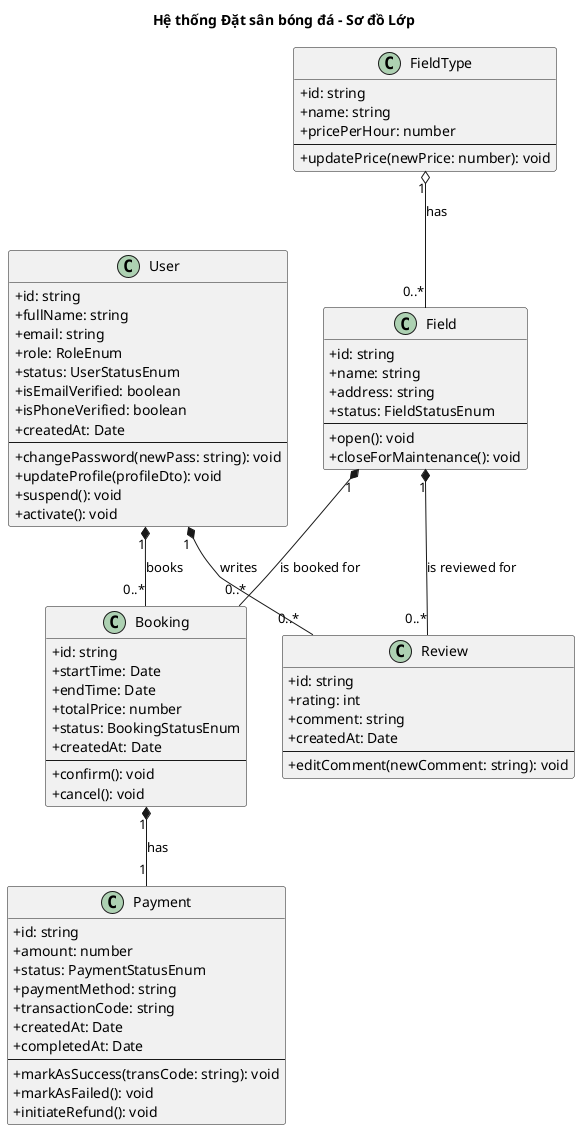
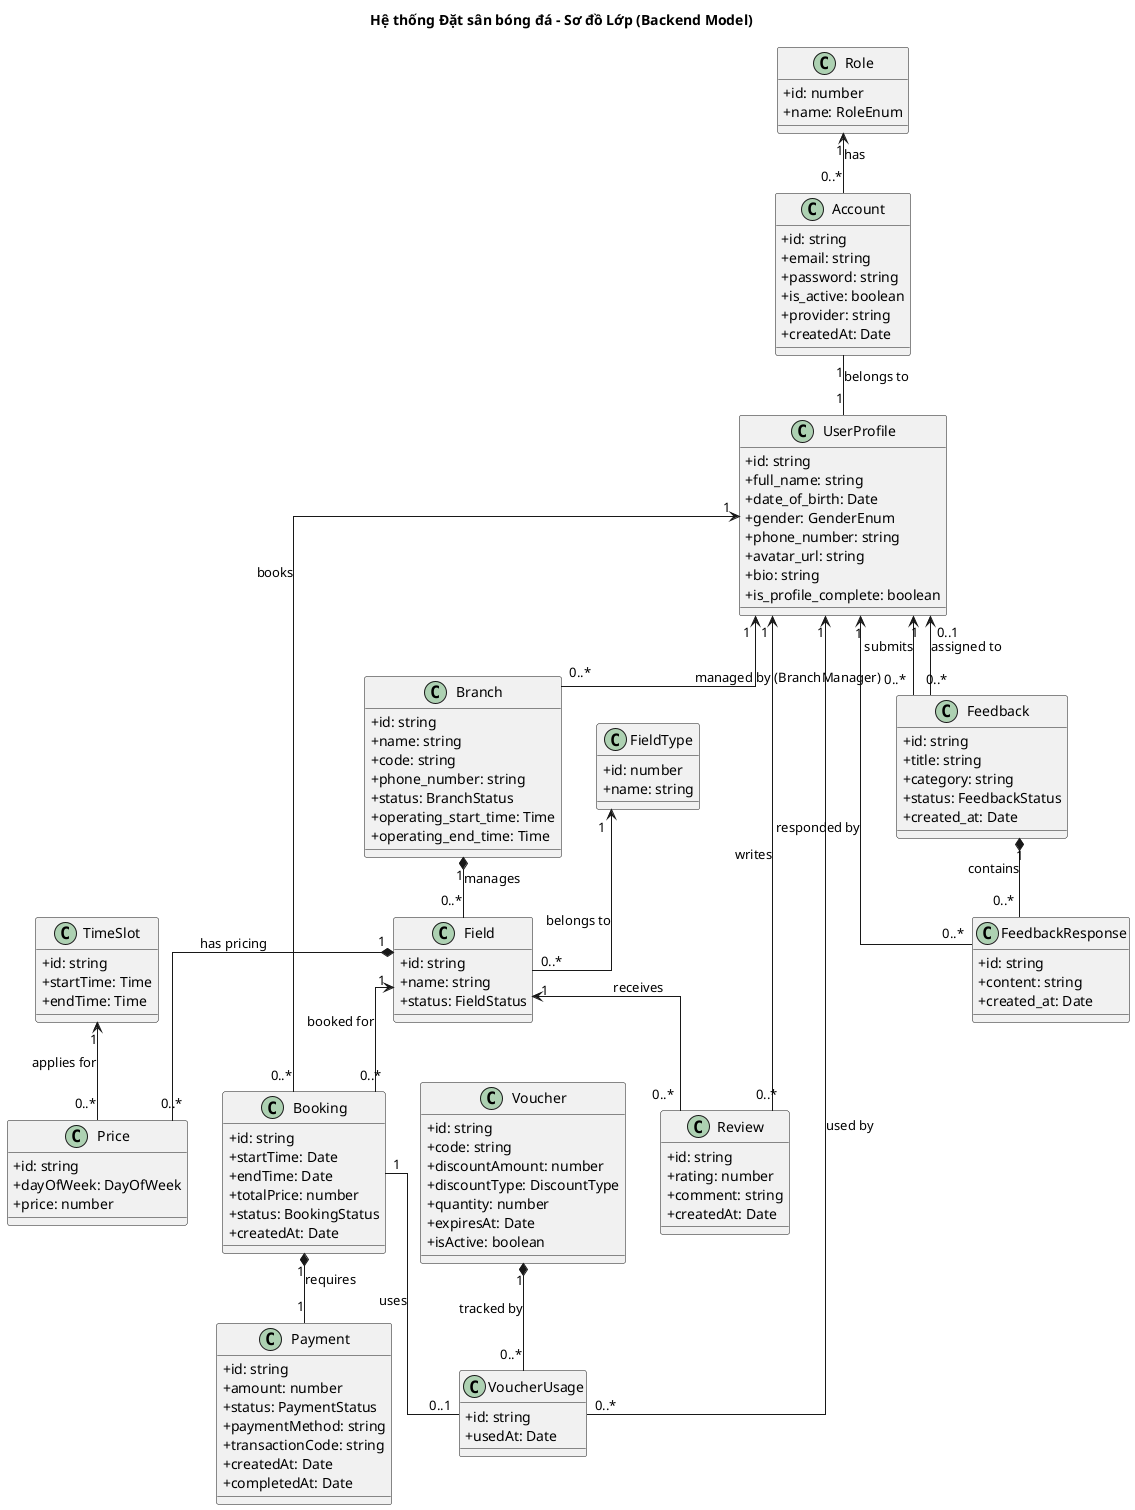
@startuml Soccer Field Booking System - Class Diagram
- ' Class Diagram (Gold Standard) - Rich Model with Composition/Aggregation
+ ' Sơ đồ Lớp Hệ thống Đặt sân bóng đá (Phản ánh đúng kiến trúc Backend hiện tại)

- title Hệ thống Đặt sân bóng đá - Sơ đồ Lớp
+ title Hệ thống Đặt sân bóng đá - Sơ đồ Lớp (Backend Model)

skinparam classAttributeIconSize 0
+ skinparam linetype ortho

- ' --- Định nghĩa các Lớp với đầy đủ chi tiết ---
+ ' --- TÀI KHOẢN VÀ NGƯỜI DÙNG ---

- class User {
-   ' Thuộc tính
+ class Role {
+   + id: number
+   + name: RoleEnum
+ }
+ 
+ class Account {
  + id: string
-   + fullName: string
  + email: string
-   + role: RoleEnum
-   + status: UserStatusEnum
-   + isEmailVerified: boolean
-   + isPhoneVerified: boolean
+   + password: string
+   + is_active: boolean
+   + provider: string
  + createdAt: Date
-   --
-   ' Phương thức
-   + changePassword(newPass: string): void
-   + updateProfile(profileDto): void
-   + suspend(): void
-   + activate(): void
+ }
+ 
+ class UserProfile {
+   + id: string
+   + full_name: string
+   + date_of_birth: Date
+   + gender: GenderEnum
+   + phone_number: string
+   + avatar_url: string
+   + bio: string
+   + is_profile_complete: boolean
+ }
+ 
+ ' --- CHI NHÁNH VÀ SÂN BÓNG ---
+ 
+ class Branch {
+   + id: string
+   + name: string
+   + code: string
+   + phone_number: string
+   + status: BranchStatus
+   + operating_start_time: Time
+   + operating_end_time: Time
+ }
+ 
+ class FieldType {
+   + id: number
+   + name: string
}

class Field {
-   ' Thuộc tính
  + id: string
  + name: string
-   + address: string
-   + status: FieldStatusEnum
-   --
-   ' Phương thức
-   + open(): void
-   + closeForMaintenance(): void
+   + status: FieldStatus
}

- class FieldType {
-   ' Thuộc tính
+ class TimeSlot {
  + id: string
-   + name: string
-   + pricePerHour: number
-   --
-   ' Phương thức
-   + updatePrice(newPrice: number): void
+   + startTime: Time
+   + endTime: Time
}

+ class Price {
+   + id: string
+   + dayOfWeek: DayOfWeek
+   + price: number
+ }
+ 
+ ' --- ĐẶT SÂN VÀ THANH TOÁN ---
+ 
class Booking {
-   ' Thuộc tính
  + id: string
  + startTime: Date
  + endTime: Date
  + totalPrice: number
-   + status: BookingStatusEnum
+   + status: BookingStatus
  + createdAt: Date
-   --
-   ' Phương thức
-   + confirm(): void
-   + cancel(): void
- }
- 
- class Review {
-   ' Thuộc tính
-   + id: string
-   + rating: int
-   + comment: string
-   + createdAt: Date
-   --
-   ' Phương thức
-   + editComment(newComment: string): void
}

class Payment {
-   ' Thuộc tính
  + id: string
  + amount: number
-   + status: PaymentStatusEnum
+   + status: PaymentStatus
  + paymentMethod: string
  + transactionCode: string
  + createdAt: Date
  + completedAt: Date
-   --
-   ' Phương thức
-   + markAsSuccess(transCode: string): void
-   + markAsFailed(): void
-   + initiateRefund(): void
}

+ class Voucher {
+   + id: string
+   + code: string
+   + discountAmount: number
+   + discountType: DiscountType
+   + quantity: number
+   + expiresAt: Date
+   + isActive: boolean
+ }

- ' --- Định nghĩa các Mối quan hệ Chi tiết ---
+ class VoucherUsage {
+   + id: string
+   + usedAt: Date
+ }

- ' Composition (*--): User "sở hữu" Booking và Review. Nếu User bị xóa, chúng cũng bị xóa.
- User "1" *-- "0..*" Booking : books
- User "1" *-- "0..*" Review : writes
+ ' --- ĐÁNH GIÁ VÀ HỖ TRỢ ---

- ' Composition (*--): Field "sở hữu" Booking và Review của nó.
- Field "1" *-- "0..*" Booking : is booked for
- Field "1" *-- "0..*" Review : is reviewed for
+ class Review {
+   + id: string
+   + rating: number
+   + comment: string
+   + createdAt: Date
+ }

- ' Aggregation (o--): FieldType là một "tập hợp" các Field.
- FieldType "1" o-- "0..*" Field : has
+ class Feedback {
+   + id: string
+   + title: string
+   + category: string
+   + status: FeedbackStatus
+   + created_at: Date
+ }

- ' Composition (*--): Booking "sở hữu" Payment của nó.
- Booking "1" *-- "1" Payment : has
+ class FeedbackResponse {
+   + id: string
+   + content: string
+   + created_at: Date
+ }
+ 
+ ' --- QUAN HỆ ---
+ 
+ ' Users
+ Role "1" <-- "0..*" Account : has
+ Account "1" -- "1" UserProfile : belongs to
+ 
+ ' Fields
+ Branch "1" *-- "0..*" Field : manages
+ UserProfile "1" <-- "0..*" Branch : managed by (BranchManager)
+ FieldType "1" <-- "0..*" Field : belongs to
+ Field "1" *-- "0..*" Price : has pricing
+ TimeSlot "1" <-- "0..*" Price : applies for
+ 
+ ' Bookings & Payments
+ UserProfile "1" <-- "0..*" Booking : books
+ Field "1" <-- "0..*" Booking : booked for
+ Booking "1" *-- "1" Payment : requires
+ Booking "1" -- "0..1" VoucherUsage : uses
+ 
+ ' Vouchers
+ Voucher "1" *-- "0..*" VoucherUsage : tracked by
+ UserProfile "1" <-- "0..*" VoucherUsage : used by
+ 
+ ' Reviews
+ UserProfile "1" <-- "0..*" Review : writes
+ Field "1" <-- "0..*" Review : receives
+ 
+ ' Feedbacks
+ UserProfile "1" <-- "0..*" Feedback : submits
+ UserProfile "0..1" <-- "0..*" Feedback : assigned to
+ Feedback "1" *-- "0..*" FeedbackResponse : contains
+ UserProfile "1" <-- "0..*" FeedbackResponse : responded by

@enduml